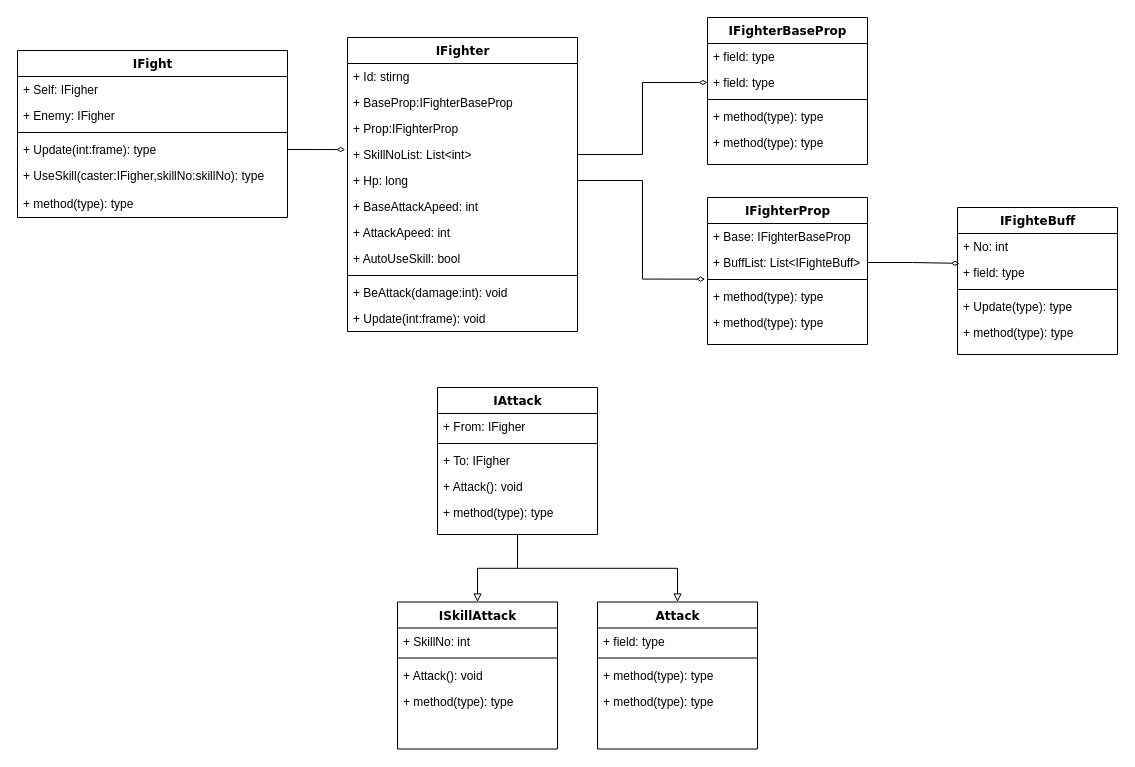
Before: Untitled Diagram.drawio in LqMask/Draw, a draw.io diagram. Source tidied: cells renumbered, new cells numbered last; positions are measured from the earlier drawing's top-left corner, leaving out a move shared by most shapes. Both pictures are drawn from the tidied source at 100%, with x=0, y=0 at pixel (17, 17).
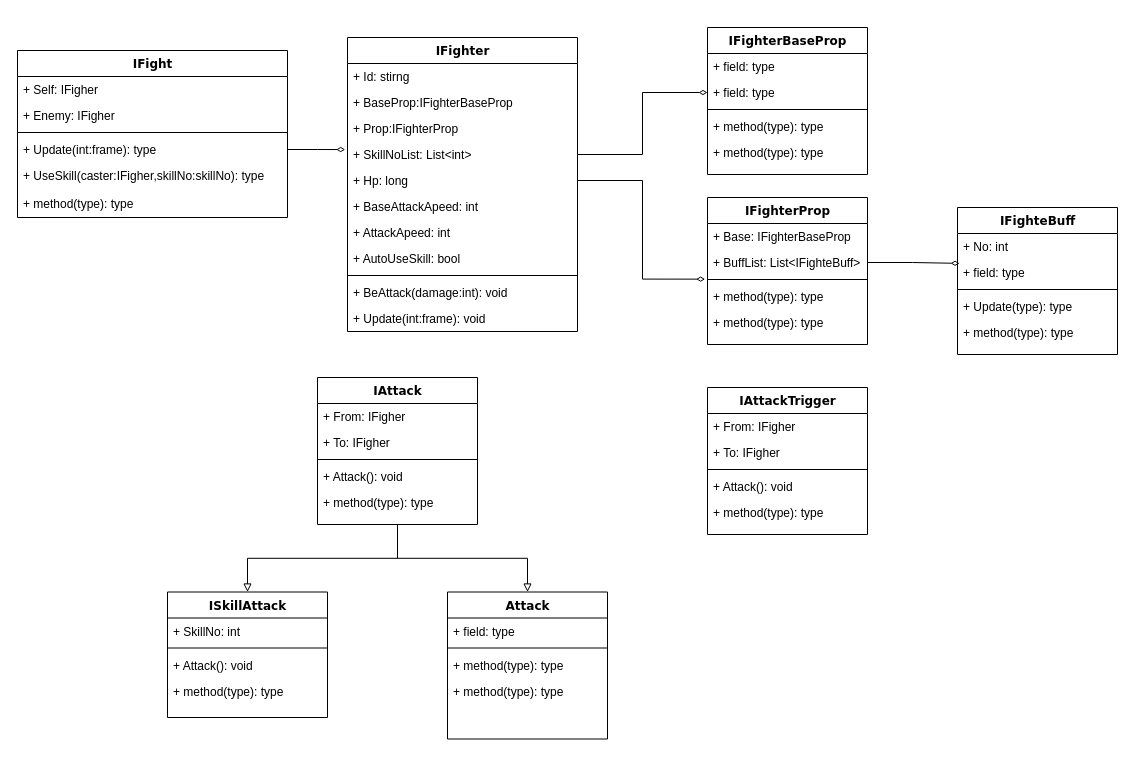
Above is the later version.

The edit, as a diff of the source:
```diff
@@
     <mxCell id="21" value="IFighterBaseProp" style="swimlane;html=1;fontStyle=1;align=center;verticalAlign=top;horizontal=1;startSize=26;swimlaneFillColor=#ffffff;rounded=0;shadow=0;comic=0;labelBackgroundColor=none;strokeWidth=1;fillColor=none;fontFamily=Verdana;fontSize=12;" parent="1" vertex="1">
-      <mxGeometry x="690" width="160" height="147" as="geometry" />
+      <mxGeometry x="690" y="10" width="160" height="147" as="geometry" />
     </mxCell>
@@
     <mxCell id="41" value="IAttack" style="swimlane;html=1;fontStyle=1;align=center;verticalAlign=top;horizontal=1;startSize=26;swimlaneFillColor=#ffffff;rounded=0;shadow=0;comic=0;labelBackgroundColor=none;strokeWidth=1;fillColor=none;fontFamily=Verdana;fontSize=12;" parent="1" vertex="1">
-      <mxGeometry x="420" y="370" width="160" height="147" as="geometry" />
+      <mxGeometry x="300" y="360" width="160" height="147" as="geometry" />
     </mxCell>
@@
+    <mxCell id="44" value="+ To: IFigher" style="text;html=1;strokeColor=none;fillColor=none;align=left;verticalAlign=top;spacingLeft=4;spacingRight=4;whiteSpace=wrap;overflow=hidden;" parent="41" vertex="1">
+      <mxGeometry y="52" width="160" height="26" as="geometry" />
+    </mxCell>
     <mxCell id="43" style="line;html=1;strokeWidth=1;fillColor=none;align=left;verticalAlign=middle;spacingTop=-1;spacingLeft=3;spacingRight=3;labelPosition=right;" parent="41" vertex="1">
-      <mxGeometry y="52" width="160" height="8" as="geometry" />
+      <mxGeometry y="78" width="160" height="8" as="geometry" />
     </mxCell>
-    <mxCell id="44" value="+ To: IFigher" style="text;html=1;strokeColor=none;fillColor=none;align=left;verticalAlign=top;spacingLeft=4;spacingRight=4;whiteSpace=wrap;overflow=hidden;" parent="41" vertex="1">
-      <mxGeometry y="60" width="160" height="26" as="geometry" />
-    </mxCell>
@@
     <mxCell id="47" value="ISkillAttack" style="swimlane;html=1;fontStyle=1;align=center;verticalAlign=top;horizontal=1;startSize=26;swimlaneFillColor=#ffffff;rounded=0;shadow=0;comic=0;labelBackgroundColor=none;strokeWidth=1;fillColor=none;fontFamily=Verdana;fontSize=12;" parent="1" vertex="1">
-      <mxGeometry x="380" y="584.5" width="160" height="147" as="geometry" />
+      <mxGeometry x="150" y="574.5" width="160" height="125.5" as="geometry" />
     </mxCell>
@@
     <mxCell id="52" value="Attack" style="swimlane;html=1;fontStyle=1;align=center;verticalAlign=top;horizontal=1;startSize=26;swimlaneFillColor=#ffffff;rounded=0;shadow=0;comic=0;labelBackgroundColor=none;strokeWidth=1;fillColor=none;fontFamily=Verdana;fontSize=12;" parent="1" vertex="1">
-      <mxGeometry x="580" y="584.5" width="160" height="147" as="geometry" />
+      <mxGeometry x="430" y="574.5" width="160" height="147" as="geometry" />
     </mxCell>
@@
+    <mxCell id="61" value="IAttackTrigger" style="swimlane;html=1;fontStyle=1;align=center;verticalAlign=top;horizontal=1;startSize=26;swimlaneFillColor=#ffffff;rounded=0;shadow=0;comic=0;labelBackgroundColor=none;strokeWidth=1;fillColor=none;fontFamily=Verdana;fontSize=12;" parent="1" vertex="1">
+      <mxGeometry x="690" y="370" width="160" height="147" as="geometry" />
+    </mxCell>
+    <mxCell id="62" value="+ From: IFigher" style="text;html=1;strokeColor=none;fillColor=none;align=left;verticalAlign=top;spacingLeft=4;spacingRight=4;whiteSpace=wrap;overflow=hidden;" parent="61" vertex="1">
+      <mxGeometry y="26" width="160" height="26" as="geometry" />
+    </mxCell>
+    <mxCell id="63" value="+ To: IFigher" style="text;html=1;strokeColor=none;fillColor=none;align=left;verticalAlign=top;spacingLeft=4;spacingRight=4;whiteSpace=wrap;overflow=hidden;" parent="61" vertex="1">
+      <mxGeometry y="52" width="160" height="26" as="geometry" />
+    </mxCell>
+    <mxCell id="64" style="line;html=1;strokeWidth=1;fillColor=none;align=left;verticalAlign=middle;spacingTop=-1;spacingLeft=3;spacingRight=3;labelPosition=right;" parent="61" vertex="1">
+      <mxGeometry y="78" width="160" height="8" as="geometry" />
+    </mxCell>
+    <mxCell id="65" value="+ Attack(): void" style="text;html=1;strokeColor=none;fillColor=none;align=left;verticalAlign=top;spacingLeft=4;spacingRight=4;whiteSpace=wrap;overflow=hidden;" parent="61" vertex="1">
+      <mxGeometry y="86" width="160" height="26" as="geometry" />
+    </mxCell>
+    <mxCell id="66" value="+ method(type): type" style="text;html=1;strokeColor=none;fillColor=none;align=left;verticalAlign=top;spacingLeft=4;spacingRight=4;whiteSpace=wrap;overflow=hidden;" parent="61" vertex="1">
+      <mxGeometry y="112" width="160" height="26" as="geometry" />
+    </mxCell>
```
